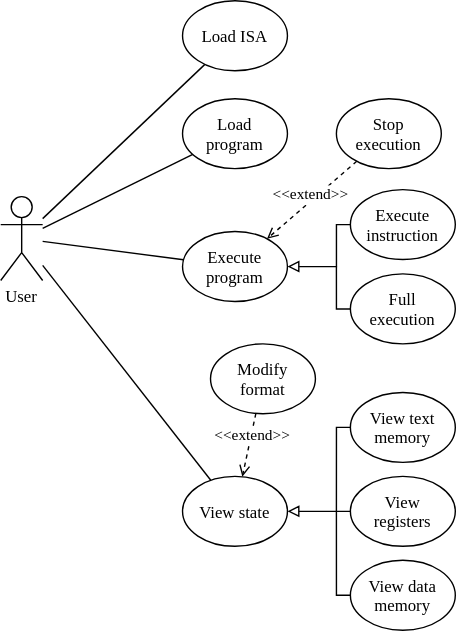
Earlier version of the draw.io export report/img/use_case_model.drawio.svg (ldcas-uc3m/TFG). Source tidied: cells renumbered, new cells last; positions are measured from the earlier drawing's top-left corner, leaving out a move shared by most shapes.
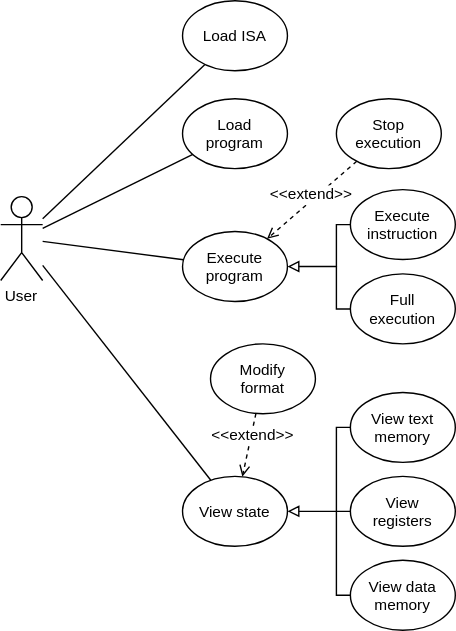
The same file after the commit.

Change to the diagram source:
```diff
@@ -2,31 +2,31 @@
   <root>
     <mxCell id="0" />
     <mxCell id="1" parent="0" />
-    <mxCell id="2" style="rounded=0;jettySize=auto;endArrow=none;endFill=0;fontFamily=Times New Roman;spacing=0;" parent="1" edge="1" source="6" target="9">
+    <mxCell id="2" style="rounded=0;jettySize=auto;endArrow=none;endFill=0;fontFamily=Helvetica;spacing=0;fontSize=11;" parent="1" edge="1" source="6" target="9">
       <mxGeometry relative="1" as="geometry" />
     </mxCell>
-    <mxCell id="3" style="rounded=0;jettySize=auto;endArrow=none;endFill=0;fontFamily=Times New Roman;spacing=0;" parent="1" edge="1" source="6" target="17">
+    <mxCell id="3" style="rounded=0;jettySize=auto;endArrow=none;endFill=0;fontFamily=Helvetica;spacing=0;fontSize=11;" parent="1" edge="1" source="6" target="17">
       <mxGeometry relative="1" as="geometry" />
     </mxCell>
-    <mxCell id="4" style="rounded=0;jettySize=auto;html=1;endArrow=none;endFill=0;" parent="1" edge="1" source="6" target="7">
+    <mxCell id="4" style="rounded=0;jettySize=auto;html=1;endArrow=none;endFill=0;fontFamily=Helvetica;fontSize=11;" parent="1" edge="1" source="6" target="7">
       <mxGeometry relative="1" as="geometry" />
     </mxCell>
-    <mxCell id="5" style="rounded=0;jettySize=auto;html=1;endArrow=none;endFill=0;" parent="1" edge="1" source="6" target="8">
+    <mxCell id="5" style="rounded=0;jettySize=auto;html=1;endArrow=none;endFill=0;fontFamily=Helvetica;fontSize=11;" parent="1" edge="1" source="6" target="8">
       <mxGeometry relative="1" as="geometry" />
     </mxCell>
-    <mxCell id="6" value="User" style="shape=umlActor;verticalLabelPosition=bottom;verticalAlign=top;outlineConnect=0;fontFamily=Times New Roman;spacing=0;" parent="1" vertex="1">
+    <mxCell id="6" value="User" style="shape=umlActor;verticalLabelPosition=bottom;verticalAlign=top;outlineConnect=0;fontFamily=Helvetica;spacing=0;fontSize=11;" parent="1" vertex="1">
       <mxGeometry y="140" width="30" height="60" as="geometry" />
     </mxCell>
-    <mxCell id="7" value="Load ISA" style="ellipse;fontFamily=Times New Roman;spacing=0;" parent="1" vertex="1">
+    <mxCell id="7" value="Load ISA" style="ellipse;fontFamily=Helvetica;spacing=0;fontSize=11;" parent="1" vertex="1">
       <mxGeometry x="130" width="75" height="50" as="geometry" />
     </mxCell>
-    <mxCell id="8" value="Load&#10;program" style="ellipse;fontFamily=Times New Roman;spacing=0;" parent="1" vertex="1">
+    <mxCell id="8" value="Load&#10;program" style="ellipse;fontFamily=Helvetica;spacing=0;fontSize=11;" parent="1" vertex="1">
       <mxGeometry x="130" y="70" width="75" height="50" as="geometry" />
     </mxCell>
-    <mxCell id="9" value="Execute&#10;program" style="ellipse;fontFamily=Times New Roman;spacing=0;" parent="1" vertex="1">
+    <mxCell id="9" value="Execute&#10;program" style="ellipse;fontFamily=Helvetica;spacing=0;fontSize=11;" parent="1" vertex="1">
       <mxGeometry x="130" y="165" width="75" height="50" as="geometry" />
     </mxCell>
-    <mxCell id="10" style="edgeStyle=orthogonalEdgeStyle;rounded=0;jettySize=auto;endArrow=block;endFill=0;fontFamily=Times New Roman;spacing=0;" parent="1" edge="1" source="11" target="9">
+    <mxCell id="10" style="edgeStyle=orthogonalEdgeStyle;rounded=0;jettySize=auto;endArrow=block;endFill=0;fontFamily=Helvetica;spacing=0;fontSize=11;" parent="1" edge="1" source="11" target="9">
       <mxGeometry relative="1" as="geometry">
         <Array as="points">
           <mxPoint x="240" y="160" />
@@ -34,74 +34,74 @@
         </Array>
       </mxGeometry>
     </mxCell>
-    <mxCell id="11" value="Execute&#10;instruction" style="ellipse;fontFamily=Times New Roman;spacing=0;" parent="1" vertex="1">
+    <mxCell id="11" value="Execute&#10;instruction" style="ellipse;fontFamily=Helvetica;spacing=0;fontSize=11;" parent="1" vertex="1">
       <mxGeometry x="250" y="135" width="75" height="50" as="geometry" />
     </mxCell>
-    <mxCell id="12" style="edgeStyle=orthogonalEdgeStyle;rounded=0;jettySize=auto;html=1;endArrow=none;endFill=0;" parent="1" edge="1" source="13" target="28">
+    <mxCell id="12" style="edgeStyle=orthogonalEdgeStyle;rounded=0;jettySize=auto;html=1;endArrow=none;endFill=0;fontFamily=Helvetica;fontSize=11;" parent="1" edge="1" source="13" target="28">
       <mxGeometry relative="1" as="geometry">
         <Array as="points">
           <mxPoint x="240" y="220" />
         </Array>
       </mxGeometry>
     </mxCell>
-    <mxCell id="13" value="Full&#10;execution" style="ellipse;fontFamily=Times New Roman;spacing=0;" parent="1" vertex="1">
+    <mxCell id="13" value="Full&#10;execution" style="ellipse;fontFamily=Helvetica;spacing=0;fontSize=11;" parent="1" vertex="1">
       <mxGeometry x="250" y="195.2" width="75" height="50" as="geometry" />
     </mxCell>
-    <mxCell id="14" style="rounded=0;jettySize=auto;html=1;endArrow=open;endFill=0;dashed=1;" parent="1" edge="1" source="16" target="9">
+    <mxCell id="14" style="rounded=0;jettySize=auto;html=1;endArrow=open;endFill=0;dashed=1;fontFamily=Helvetica;fontSize=11;" parent="1" edge="1" source="16" target="9">
       <mxGeometry relative="1" as="geometry" />
     </mxCell>
-    <mxCell id="15" value="&lt;&lt;extend&gt;&gt;" style="edgeLabel;align=center;verticalAlign=middle;spacing=0;fontFamily=Times New Roman;" parent="14" vertex="1">
+    <mxCell id="15" value="&lt;&lt;extend&gt;&gt;" style="edgeLabel;align=center;verticalAlign=middle;spacing=0;fontFamily=Helvetica;fontSize=11;" parent="14" vertex="1">
       <mxGeometry relative="1" as="geometry">
         <mxPoint x="-1" y="-5" as="offset" />
       </mxGeometry>
     </mxCell>
-    <mxCell id="16" value="Stop&#10;execution" style="ellipse;fontFamily=Times New Roman;spacing=0;" parent="1" vertex="1">
+    <mxCell id="16" value="Stop&#10;execution" style="ellipse;fontFamily=Helvetica;spacing=0;fontSize=11;" parent="1" vertex="1">
       <mxGeometry x="240" y="70" width="75" height="50" as="geometry" />
     </mxCell>
-    <mxCell id="17" value="View state" style="ellipse;fontFamily=Times New Roman;spacing=0;" parent="1" vertex="1">
+    <mxCell id="17" value="View state" style="ellipse;fontFamily=Helvetica;spacing=0;fontSize=11;" parent="1" vertex="1">
       <mxGeometry x="130" y="340" width="75" height="50" as="geometry" />
     </mxCell>
-    <mxCell id="18" style="edgeStyle=orthogonalEdgeStyle;rounded=0;jettySize=auto;html=1;endArrow=none;endFill=0;" parent="1" edge="1" source="19" target="27">
+    <mxCell id="18" style="edgeStyle=orthogonalEdgeStyle;rounded=0;jettySize=auto;html=1;endArrow=none;endFill=0;fontFamily=Helvetica;fontSize=11;" parent="1" edge="1" source="19" target="27">
       <mxGeometry relative="1" as="geometry">
         <Array as="points">
           <mxPoint x="240" y="305" />
         </Array>
       </mxGeometry>
     </mxCell>
-    <mxCell id="19" value="View text&#10;memory" style="ellipse;fontFamily=Times New Roman;spacing=0;" parent="1" vertex="1">
+    <mxCell id="19" value="View text&#10;memory" style="ellipse;fontFamily=Helvetica;spacing=0;fontSize=11;" parent="1" vertex="1">
       <mxGeometry x="250" y="280" width="75" height="50" as="geometry" />
     </mxCell>
-    <mxCell id="20" style="edgeStyle=orthogonalEdgeStyle;rounded=0;jettySize=auto;html=1;endArrow=block;endFill=0;" parent="1" edge="1" source="21" target="17">
+    <mxCell id="20" style="edgeStyle=orthogonalEdgeStyle;rounded=0;jettySize=auto;html=1;endArrow=block;endFill=0;fontFamily=Helvetica;fontSize=11;" parent="1" edge="1" source="21" target="17">
       <mxGeometry relative="1" as="geometry" />
     </mxCell>
-    <mxCell id="21" value="View&#10;registers" style="ellipse;fontFamily=Times New Roman;spacing=0;" parent="1" vertex="1">
+    <mxCell id="21" value="View&#10;registers" style="ellipse;fontFamily=Helvetica;spacing=0;fontSize=11;" parent="1" vertex="1">
       <mxGeometry x="250" y="340" width="75" height="50" as="geometry" />
     </mxCell>
-    <mxCell id="22" style="edgeStyle=orthogonalEdgeStyle;rounded=0;jettySize=auto;endArrow=none;endFill=0;fontFamily=Times New Roman;spacing=0;" parent="1" edge="1" source="23" target="27">
+    <mxCell id="22" style="edgeStyle=orthogonalEdgeStyle;rounded=0;jettySize=auto;endArrow=none;endFill=0;fontFamily=Helvetica;spacing=0;fontSize=11;" parent="1" edge="1" source="23" target="27">
       <mxGeometry relative="1" as="geometry">
         <Array as="points">
           <mxPoint x="240" y="425" />
         </Array>
       </mxGeometry>
     </mxCell>
-    <mxCell id="23" value="View data&#10;memory" style="ellipse;fontFamily=Times New Roman;spacing=0;" parent="1" vertex="1">
+    <mxCell id="23" value="View data&#10;memory" style="ellipse;fontFamily=Helvetica;spacing=0;fontSize=11;" parent="1" vertex="1">
       <mxGeometry x="250" y="400" width="75" height="50" as="geometry" />
     </mxCell>
-    <mxCell id="24" style="rounded=0;jettySize=auto;endArrow=open;endFill=0;dashed=1;fontFamily=Times New Roman;spacing=0;" parent="1" edge="1" source="26" target="17">
+    <mxCell id="24" style="rounded=0;jettySize=auto;endArrow=open;endFill=0;dashed=1;fontFamily=Helvetica;spacing=0;fontSize=11;" parent="1" edge="1" source="26" target="17">
       <mxGeometry relative="1" as="geometry" />
     </mxCell>
-    <mxCell id="25" value="&lt;&lt;extend&gt;&gt;" style="edgeLabel;align=center;verticalAlign=middle;fontFamily=Times New Roman;spacing=0;" parent="24" vertex="1">
+    <mxCell id="25" value="&lt;&lt;extend&gt;&gt;" style="edgeLabel;align=center;verticalAlign=middle;fontFamily=Helvetica;spacing=0;fontSize=11;" parent="24" vertex="1">
       <mxGeometry x="-0.49" relative="1" as="geometry">
         <mxPoint y="3" as="offset" />
       </mxGeometry>
     </mxCell>
-    <mxCell id="26" value="Modify&#10;format" style="ellipse;fontFamily=Times New Roman;spacing=0;" parent="1" vertex="1">
+    <mxCell id="26" value="Modify&#10;format" style="ellipse;fontFamily=Helvetica;spacing=0;fontSize=11;" parent="1" vertex="1">
       <mxGeometry x="150" y="245.2" width="75" height="50" as="geometry" />
     </mxCell>
-    <mxCell id="27" style="shape=waypoint;sketch=0;fillStyle=solid;size=6;points=[];fillColor=none;perimeter=centerPerimeter;snapToPoint=1;strokeColor=none;" parent="1" vertex="1">
+    <mxCell id="27" style="shape=waypoint;sketch=0;fillStyle=solid;size=6;points=[];fillColor=none;perimeter=centerPerimeter;snapToPoint=1;strokeColor=none;fontFamily=Helvetica;fontSize=11;" parent="1" vertex="1">
       <mxGeometry x="230" y="355" width="20" height="20" as="geometry" />
     </mxCell>
-    <mxCell id="28" style="shape=waypoint;sketch=0;fillStyle=solid;size=6;points=[];fillColor=none;perimeter=centerPerimeter;snapToPoint=1;strokeColor=none;" parent="1" vertex="1">
+    <mxCell id="28" style="shape=waypoint;sketch=0;fillStyle=solid;size=6;points=[];fillColor=none;perimeter=centerPerimeter;snapToPoint=1;strokeColor=none;fontFamily=Helvetica;fontSize=11;" parent="1" vertex="1">
       <mxGeometry x="230" y="180" width="20" height="20" as="geometry" />
     </mxCell>
   </root>
```
